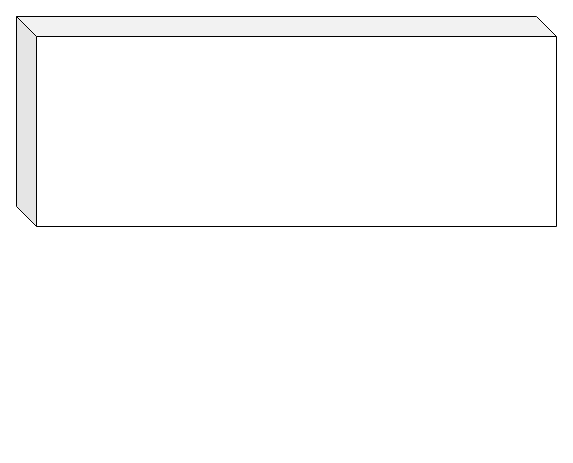
This is Diagram/RSW23-24.drawio from ArnoUCLL/RSW23-24, a draw.io file, before an edit. Source tidied: cells renumbered, new cells numbered last; positions are measured from the earlier drawing's top-left corner, leaving out a move shared by most shapes. Both pictures are drawn from the tidied source at 100%, with x=0, y=0 at pixel (16, 16).
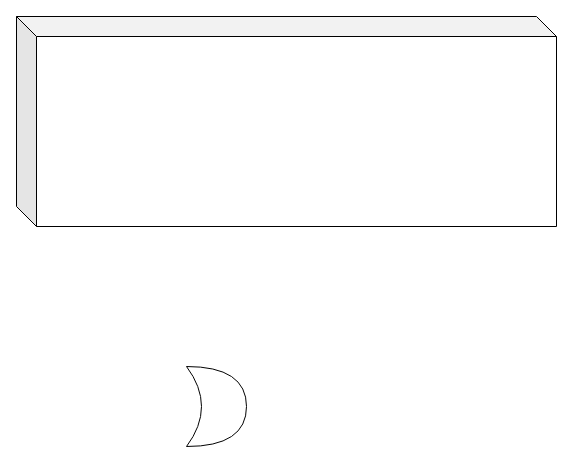
The same diagram, later.

Change to the diagram source:
```diff
@@
 <mxGraphModel>
   <root>
     <mxCell id="0" />
     <mxCell id="1" parent="0" />
     <mxCell id="2" style="shape=cube;whiteSpace=wrap;html=1;boundedLbl=1;backgroundOutline=1;darkOpacity=0.05;darkOpacity2=0.1;" parent="1" vertex="1">
       <mxGeometry width="540" height="210" as="geometry" />
     </mxCell>
+    <mxCell id="3" style="shape=xor;whiteSpace=wrap;html=1;" parent="1" vertex="1">
+      <mxGeometry x="170" y="350" width="60" height="80" as="geometry" />
+    </mxCell>
   </root>
 </mxGraphModel>
```
